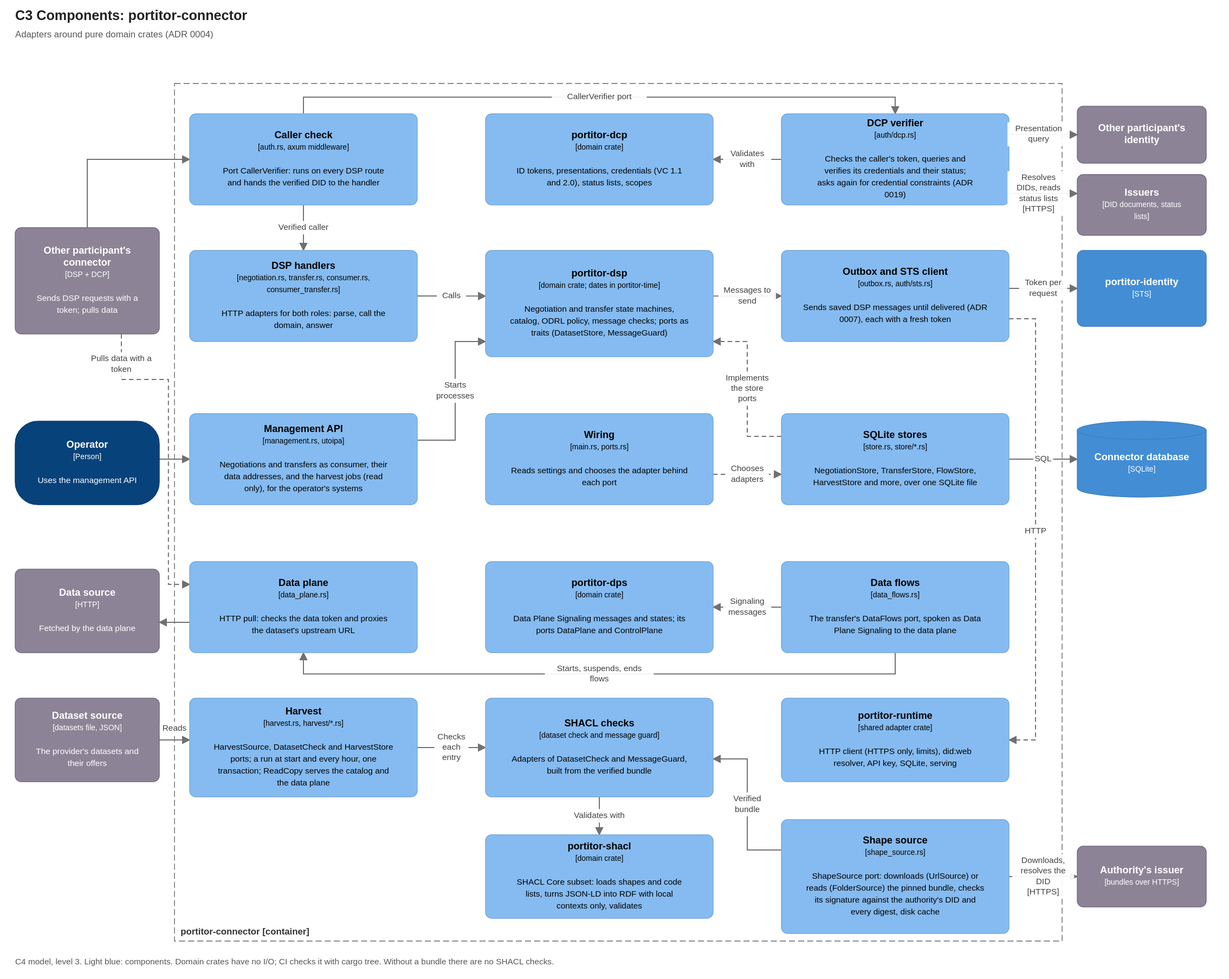
brunopacheco1/ldsc keeps this draw.io diagram as docs/diagrams/c3-connector-components.drawio.svg. Above is the earlier version. Source tidied: cells renumbered, new cells last; positions are measured from the earlier drawing's top-left corner, leaving out a move shared by most shapes.
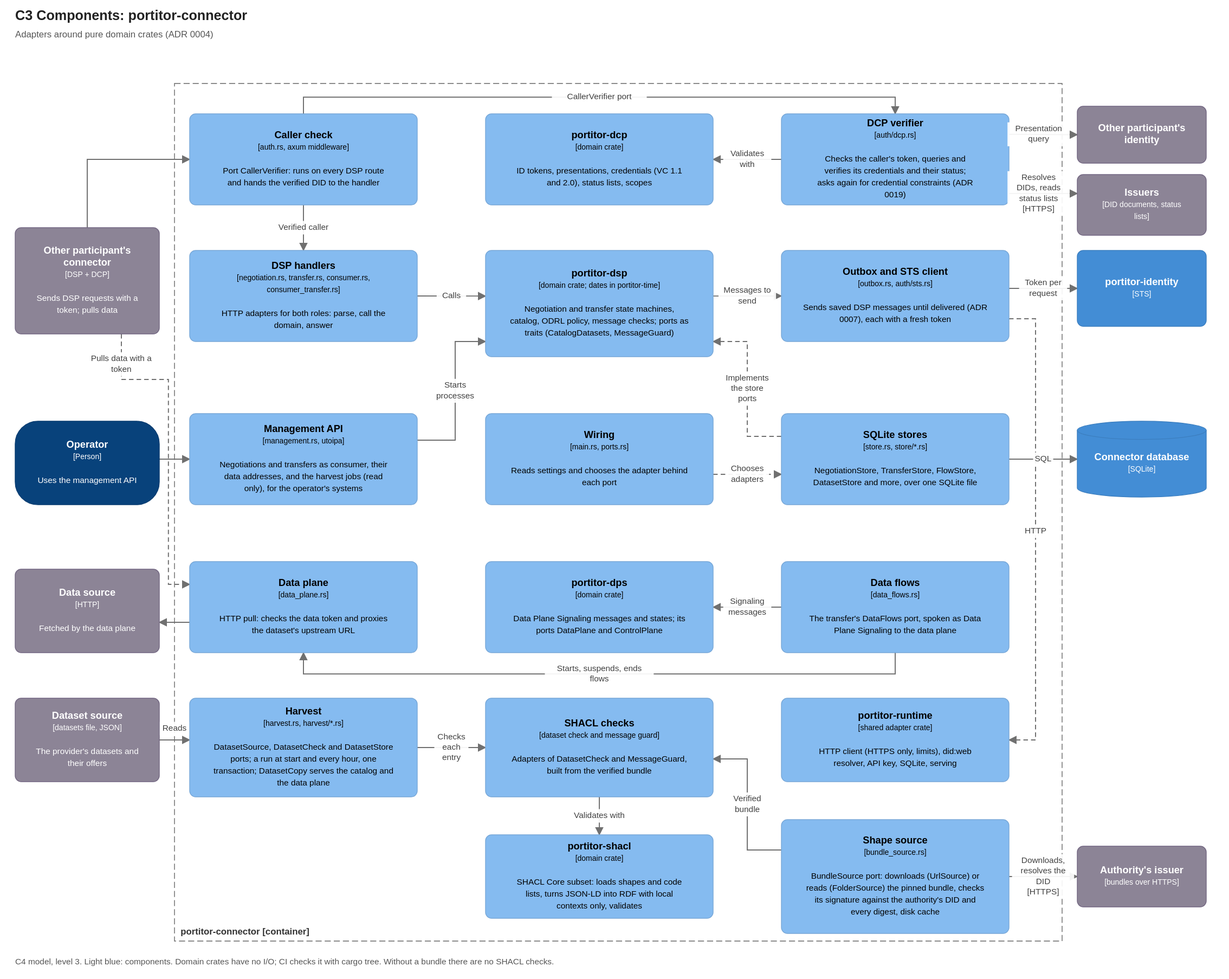
Above is the later version.

The edit, as a diff of the source:
```diff
@@ -26,7 +26,7 @@
     <mxCell id="9" value="&lt;b&gt;Data plane&lt;/b&gt;&lt;br&gt;&lt;font style=&quot;font-size:10px&quot;&gt;[data_plane.rs]&lt;/font&gt;&lt;br&gt;&lt;br&gt;&lt;font style=&quot;font-size:11px&quot;&gt;HTTP pull: checks the data token and proxies the dataset&amp;#x27;s upstream URL&lt;/font&gt;" style="rounded=1;arcSize=8;whiteSpace=wrap;html=1;fillColor=#85BBF0;strokeColor=#78A8D8;fontColor=#000000;fontSize=13;align=center;verticalAlign=middle;c4Kind=component;c4Name=Data plane;" parent="1" vertex="1">
       <mxGeometry x="230" y="630" width="300" height="120" as="geometry" />
     </mxCell>
-    <mxCell id="10" value="&lt;b&gt;portitor-dsp&lt;/b&gt;&lt;br&gt;&lt;font style=&quot;font-size:10px&quot;&gt;[domain crate; dates in portitor-time]&lt;/font&gt;&lt;br&gt;&lt;br&gt;&lt;font style=&quot;font-size:11px&quot;&gt;Negotiation and transfer state machines, catalog, ODRL policy, message checks; ports as traits (DatasetStore, MessageGuard)&lt;/font&gt;" style="rounded=1;arcSize=8;whiteSpace=wrap;html=1;fillColor=#85BBF0;strokeColor=#78A8D8;fontColor=#000000;fontSize=13;align=center;verticalAlign=middle;c4Kind=component;c4Name=portitor-dsp;" parent="1" vertex="1">
+    <mxCell id="10" value="&lt;b&gt;portitor-dsp&lt;/b&gt;&lt;br&gt;&lt;font style=&quot;font-size:10px&quot;&gt;[domain crate; dates in portitor-time]&lt;/font&gt;&lt;br&gt;&lt;br&gt;&lt;font style=&quot;font-size:11px&quot;&gt;Negotiation and transfer state machines, catalog, ODRL policy, message checks; ports as traits (CatalogDatasets, MessageGuard)&lt;/font&gt;" style="rounded=1;arcSize=8;whiteSpace=wrap;html=1;fillColor=#85BBF0;strokeColor=#78A8D8;fontColor=#000000;fontSize=13;align=center;verticalAlign=middle;c4Kind=component;c4Name=portitor-dsp;" parent="1" vertex="1">
       <mxGeometry x="620" y="220" width="300" height="140" as="geometry" />
     </mxCell>
     <mxCell id="11" value="&lt;b&gt;portitor-dps&lt;/b&gt;&lt;br&gt;&lt;font style=&quot;font-size:10px&quot;&gt;[domain crate]&lt;/font&gt;&lt;br&gt;&lt;br&gt;&lt;font style=&quot;font-size:11px&quot;&gt;Data Plane Signaling messages and states; its ports DataPlane and ControlPlane&lt;/font&gt;" style="rounded=1;arcSize=8;whiteSpace=wrap;html=1;fillColor=#85BBF0;strokeColor=#78A8D8;fontColor=#000000;fontSize=13;align=center;verticalAlign=middle;c4Kind=component;c4Name=portitor-dps;" parent="1" vertex="1">
@@ -44,7 +44,7 @@
     <mxCell id="15" value="&lt;b&gt;Outbox and STS client&lt;/b&gt;&lt;br&gt;&lt;font style=&quot;font-size:10px&quot;&gt;[outbox.rs, auth/sts.rs]&lt;/font&gt;&lt;br&gt;&lt;br&gt;&lt;font style=&quot;font-size:11px&quot;&gt;Sends saved DSP messages until delivered (ADR 0007), each with a fresh token&lt;/font&gt;" style="rounded=1;arcSize=8;whiteSpace=wrap;html=1;fillColor=#85BBF0;strokeColor=#78A8D8;fontColor=#000000;fontSize=13;align=center;verticalAlign=middle;c4Kind=component;c4Name=Outbox and STS client;" parent="1" vertex="1">
       <mxGeometry x="1010" y="220" width="300" height="120" as="geometry" />
     </mxCell>
-    <mxCell id="16" value="&lt;b&gt;SQLite stores&lt;/b&gt;&lt;br&gt;&lt;font style=&quot;font-size:10px&quot;&gt;[store.rs, store/*.rs]&lt;/font&gt;&lt;br&gt;&lt;br&gt;&lt;font style=&quot;font-size:11px&quot;&gt;NegotiationStore, TransferStore, FlowStore, HarvestStore and more, over one SQLite file&lt;/font&gt;" style="rounded=1;arcSize=8;whiteSpace=wrap;html=1;fillColor=#85BBF0;strokeColor=#78A8D8;fontColor=#000000;fontSize=13;align=center;verticalAlign=middle;c4Kind=component;c4Name=SQLite stores;" parent="1" vertex="1">
+    <mxCell id="16" value="&lt;b&gt;SQLite stores&lt;/b&gt;&lt;br&gt;&lt;font style=&quot;font-size:10px&quot;&gt;[store.rs, store/*.rs]&lt;/font&gt;&lt;br&gt;&lt;br&gt;&lt;font style=&quot;font-size:11px&quot;&gt;NegotiationStore, TransferStore, FlowStore, DatasetStore and more, over one SQLite file&lt;/font&gt;" style="rounded=1;arcSize=8;whiteSpace=wrap;html=1;fillColor=#85BBF0;strokeColor=#78A8D8;fontColor=#000000;fontSize=13;align=center;verticalAlign=middle;c4Kind=component;c4Name=SQLite stores;" parent="1" vertex="1">
       <mxGeometry x="1010" y="435" width="300" height="120" as="geometry" />
     </mxCell>
     <mxCell id="17" value="&lt;b&gt;Data flows&lt;/b&gt;&lt;br&gt;&lt;font style=&quot;font-size:10px&quot;&gt;[data_flows.rs]&lt;/font&gt;&lt;br&gt;&lt;br&gt;&lt;font style=&quot;font-size:11px&quot;&gt;The transfer&amp;#x27;s DataFlows port, spoken as Data Plane Signaling to the data plane&lt;/font&gt;" style="rounded=1;arcSize=8;whiteSpace=wrap;html=1;fillColor=#85BBF0;strokeColor=#78A8D8;fontColor=#000000;fontSize=13;align=center;verticalAlign=middle;c4Kind=component;c4Name=Data flows;" parent="1" vertex="1">
@@ -160,7 +160,7 @@
     <mxCell id="42" value="&lt;b&gt;Dataset source&lt;/b&gt;&lt;br&gt;&lt;font style=&quot;font-size:10px&quot;&gt;[datasets file, JSON]&lt;/font&gt;&lt;br&gt;&lt;br&gt;&lt;font style=&quot;font-size:11px&quot;&gt;The provider&amp;#x27;s datasets and their offers&lt;/font&gt;" style="rounded=1;arcSize=8;whiteSpace=wrap;html=1;fillColor=#8C8496;strokeColor=#736782;fontColor=#FFFFFF;fontSize=13;align=center;verticalAlign=middle;c4Kind=external;c4Name=Dataset source;" parent="1" vertex="1">
       <mxGeometry y="810" width="190" height="110" as="geometry" />
     </mxCell>
-    <mxCell id="43" value="&lt;b&gt;Harvest&lt;/b&gt;&lt;br&gt;&lt;font style=&quot;font-size:10px&quot;&gt;[harvest.rs, harvest/*.rs]&lt;/font&gt;&lt;br&gt;&lt;br&gt;&lt;font style=&quot;font-size:11px&quot;&gt;HarvestSource, DatasetCheck and HarvestStore ports; a run at start and every hour, one transaction; ReadCopy serves the catalog and the data plane&lt;/font&gt;" style="rounded=1;arcSize=8;whiteSpace=wrap;html=1;fillColor=#85BBF0;strokeColor=#78A8D8;fontColor=#000000;fontSize=13;align=center;verticalAlign=middle;c4Kind=component;c4Name=Harvest;" parent="1" vertex="1">
+    <mxCell id="43" value="&lt;b&gt;Harvest&lt;/b&gt;&lt;br&gt;&lt;font style=&quot;font-size:10px&quot;&gt;[harvest.rs, harvest/*.rs]&lt;/font&gt;&lt;br&gt;&lt;br&gt;&lt;font style=&quot;font-size:11px&quot;&gt;DatasetSource, DatasetCheck and DatasetStore ports; a run at start and every hour, one transaction; DatasetCopy serves the catalog and the data plane&lt;/font&gt;" style="rounded=1;arcSize=8;whiteSpace=wrap;html=1;fillColor=#85BBF0;strokeColor=#78A8D8;fontColor=#000000;fontSize=13;align=center;verticalAlign=middle;c4Kind=component;c4Name=Harvest;" parent="1" vertex="1">
       <mxGeometry x="230" y="810" width="300" height="130" as="geometry" />
     </mxCell>
     <mxCell id="44" value="&lt;b&gt;SHACL checks&lt;/b&gt;&lt;br&gt;&lt;font style=&quot;font-size:10px&quot;&gt;[dataset check and message guard]&lt;/font&gt;&lt;br&gt;&lt;br&gt;&lt;font style=&quot;font-size:11px&quot;&gt;Adapters of DatasetCheck and MessageGuard, built from the verified bundle&lt;/font&gt;" style="rounded=1;arcSize=8;whiteSpace=wrap;html=1;fillColor=#85BBF0;strokeColor=#78A8D8;fontColor=#000000;fontSize=13;align=center;verticalAlign=middle;c4Kind=component;c4Name=SHACL checks;" parent="1" vertex="1">
@@ -169,9 +169,9 @@
     <mxCell id="45" value="&lt;b&gt;portitor-shacl&lt;/b&gt;&lt;br&gt;&lt;font style=&quot;font-size:10px&quot;&gt;[domain crate]&lt;/font&gt;&lt;br&gt;&lt;br&gt;&lt;font style=&quot;font-size:11px&quot;&gt;SHACL Core subset: loads shapes and code lists, turns JSON-LD into RDF with local contexts only, validates&lt;/font&gt;" style="rounded=1;arcSize=8;whiteSpace=wrap;html=1;fillColor=#85BBF0;strokeColor=#78A8D8;fontColor=#000000;fontSize=13;align=center;verticalAlign=middle;c4Kind=component;c4Name=portitor-shacl;" parent="1" vertex="1">
       <mxGeometry x="620" y="990" width="300" height="110" as="geometry" />
     </mxCell>
-    <mxCell id="46" value="&lt;b&gt;Shape source&lt;/b&gt;&lt;br&gt;&lt;font style=&quot;font-size:10px&quot;&gt;[shape_source.rs]&lt;/font&gt;&lt;br&gt;&lt;br&gt;&lt;font style=&quot;font-size:11px&quot;&gt;ShapeSource port: downloads (UrlSource) or reads (FolderSource) the pinned bundle, checks its signature against the authority&amp;#x27;s DID and every digest, disk cache&lt;/font&gt;" style="rounded=1;arcSize=8;whiteSpace=wrap;html=1;fillColor=#85BBF0;strokeColor=#78A8D8;fontColor=#000000;fontSize=13;align=center;verticalAlign=middle;c4Kind=component;c4Name=Shape source;" parent="1" vertex="1">
-      <mxGeometry x="1010" y="970" width="300" height="150" as="geometry" />
-    </mxCell>
+    <mxCell id="54" value="&lt;b&gt;Shape source&lt;/b&gt;&lt;br&gt;&lt;font style=&quot;font-size:10px&quot;&gt;[bundle_source.rs]&lt;/font&gt;&lt;br&gt;&lt;br&gt;&lt;font style=&quot;font-size:11px&quot;&gt;BundleSource port: downloads (UrlSource) or reads (FolderSource) the pinned bundle, checks its signature against the authority&amp;#x27;s DID and every digest, disk cache&lt;/font&gt;" style="rounded=1;arcSize=8;whiteSpace=wrap;html=1;fillColor=#85BBF0;strokeColor=#78A8D8;fontColor=#000000;fontSize=13;align=center;verticalAlign=middle;c4Kind=component;c4Name=Shape source;" parent="1" vertex="1">
+      <mxGeometry x="1010" y="970" width="300" height="150" as="geometry" />
+    </mxCell>
     <mxCell id="47" value="&lt;b&gt;Authority&amp;#x27;s issuer&lt;/b&gt;&lt;br&gt;&lt;font style=&quot;font-size:10px&quot;&gt;[bundles over HTTPS]&lt;/font&gt;" style="rounded=1;arcSize=8;whiteSpace=wrap;html=1;fillColor=#8C8496;strokeColor=#736782;fontColor=#FFFFFF;fontSize=13;align=center;verticalAlign=middle;c4Kind=external;c4Name=Authority's issuer;" parent="1" vertex="1">
       <mxGeometry x="1400" y="1005" width="170" height="80" as="geometry" />
     </mxCell>
@@ -184,7 +184,7 @@
     <mxCell id="50" value="Validates with" style="endArrow=blockThin;endFill=1;html=1;rounded=0;strokeColor=#707070;fontSize=11;fontColor=#404040;labelBackgroundColor=#FFFFFF;exitX=0.500;exitY=1.000;exitPerimeter=0;entryX=0.500;entryY=0.000;entryPerimeter=0;" parent="1" edge="1" source="44" target="45">
       <mxGeometry relative="1" as="geometry" />
     </mxCell>
-    <mxCell id="51" value="Verified bundle" style="endArrow=blockThin;endFill=1;html=1;rounded=0;strokeColor=#707070;fontSize=11;fontColor=#404040;labelBackgroundColor=#FFFFFF;exitX=0.000;exitY=0.267;exitPerimeter=0;entryX=1.000;entryY=0.615;entryPerimeter=0;" parent="1" edge="1" source="46" target="44">
+    <mxCell id="51" value="Verified bundle" style="endArrow=blockThin;endFill=1;html=1;rounded=0;strokeColor=#707070;fontSize=11;fontColor=#404040;labelBackgroundColor=#FFFFFF;exitX=0.000;exitY=0.267;exitPerimeter=0;entryX=1.000;entryY=0.615;entryPerimeter=0;" parent="1" edge="1" source="54" target="44">
       <mxGeometry relative="1" as="geometry">
         <Array as="points">
           <mxPoint x="965" y="1010" />
@@ -192,7 +192,7 @@
         </Array>
       </mxGeometry>
     </mxCell>
-    <mxCell id="52" value="Downloads, resolves the DID&#10;[HTTPS]" style="endArrow=blockThin;endFill=1;html=1;rounded=0;strokeColor=#707070;fontSize=11;fontColor=#404040;labelBackgroundColor=#FFFFFF;exitX=1.000;exitY=0.500;exitPerimeter=0;entryX=0.000;entryY=0.500;entryPerimeter=0;" parent="1" edge="1" source="46" target="47">
+    <mxCell id="52" value="Downloads, resolves the DID&#10;[HTTPS]" style="endArrow=blockThin;endFill=1;html=1;rounded=0;strokeColor=#707070;fontSize=11;fontColor=#404040;labelBackgroundColor=#FFFFFF;exitX=1.000;exitY=0.500;exitPerimeter=0;entryX=0.000;entryY=0.500;entryPerimeter=0;" parent="1" edge="1" source="54" target="47">
       <mxGeometry relative="1" as="geometry" />
     </mxCell>
     <mxCell id="53" value="C4 model, level 3. Light blue: components. Domain crates have no I/O; CI checks it with cargo tree. Without a bundle there are no SHACL checks." style="text;html=1;align=left;verticalAlign=top;fontSize=11;fontColor=#555555;whiteSpace=wrap;" parent="1" vertex="1">
```
